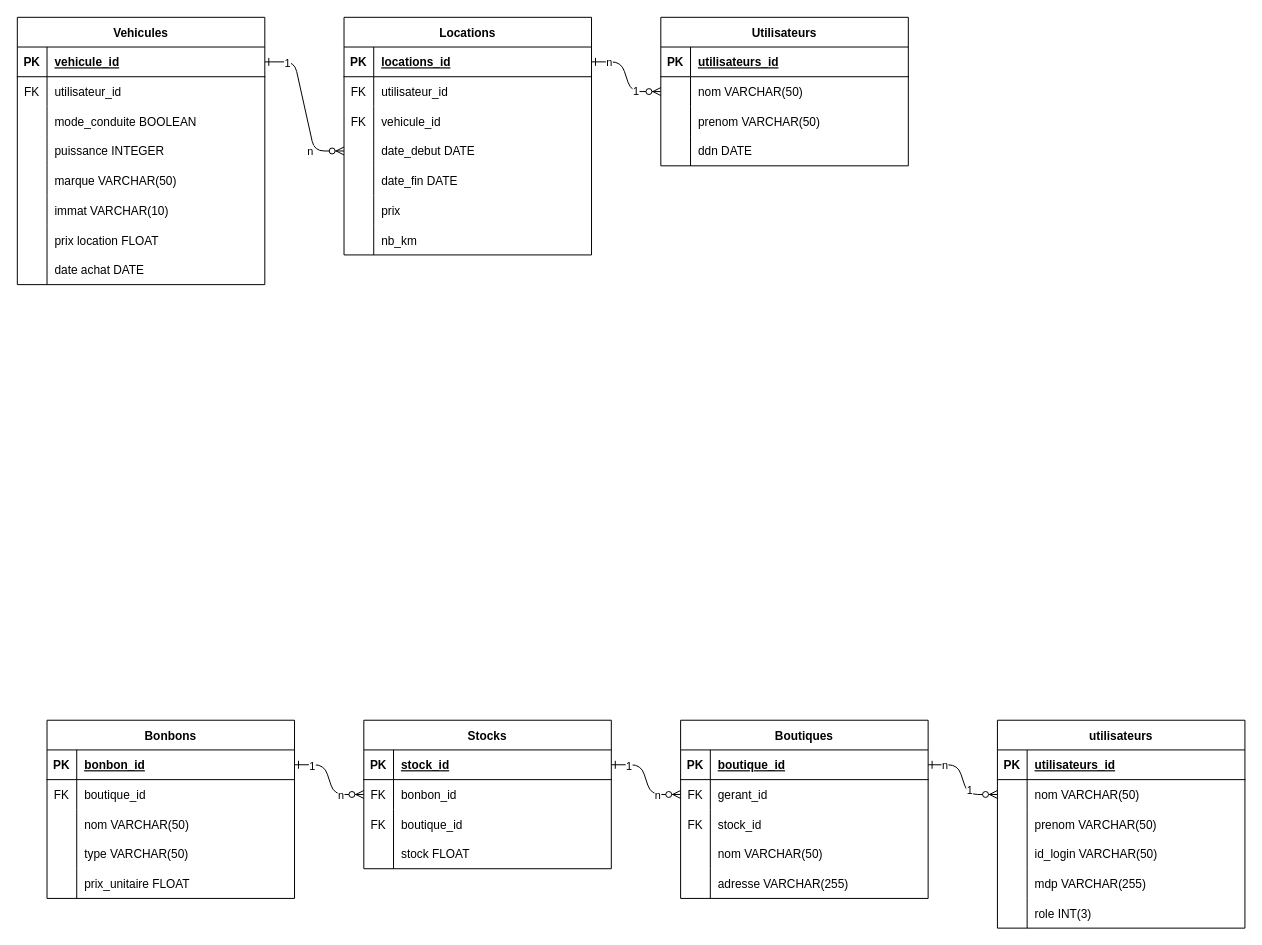
Above: Diagramme sans nom.drawio in PingouinTrash/SAE-203-GitHub (draw.io), before the change. Source tidied: cells renumbered, new cells numbered last; positions are measured from the earlier drawing's top-left corner, leaving out a move shared by most shapes. Both pictures are drawn from the tidied source at 99%, with x=0, y=0 at pixel (17, 17).
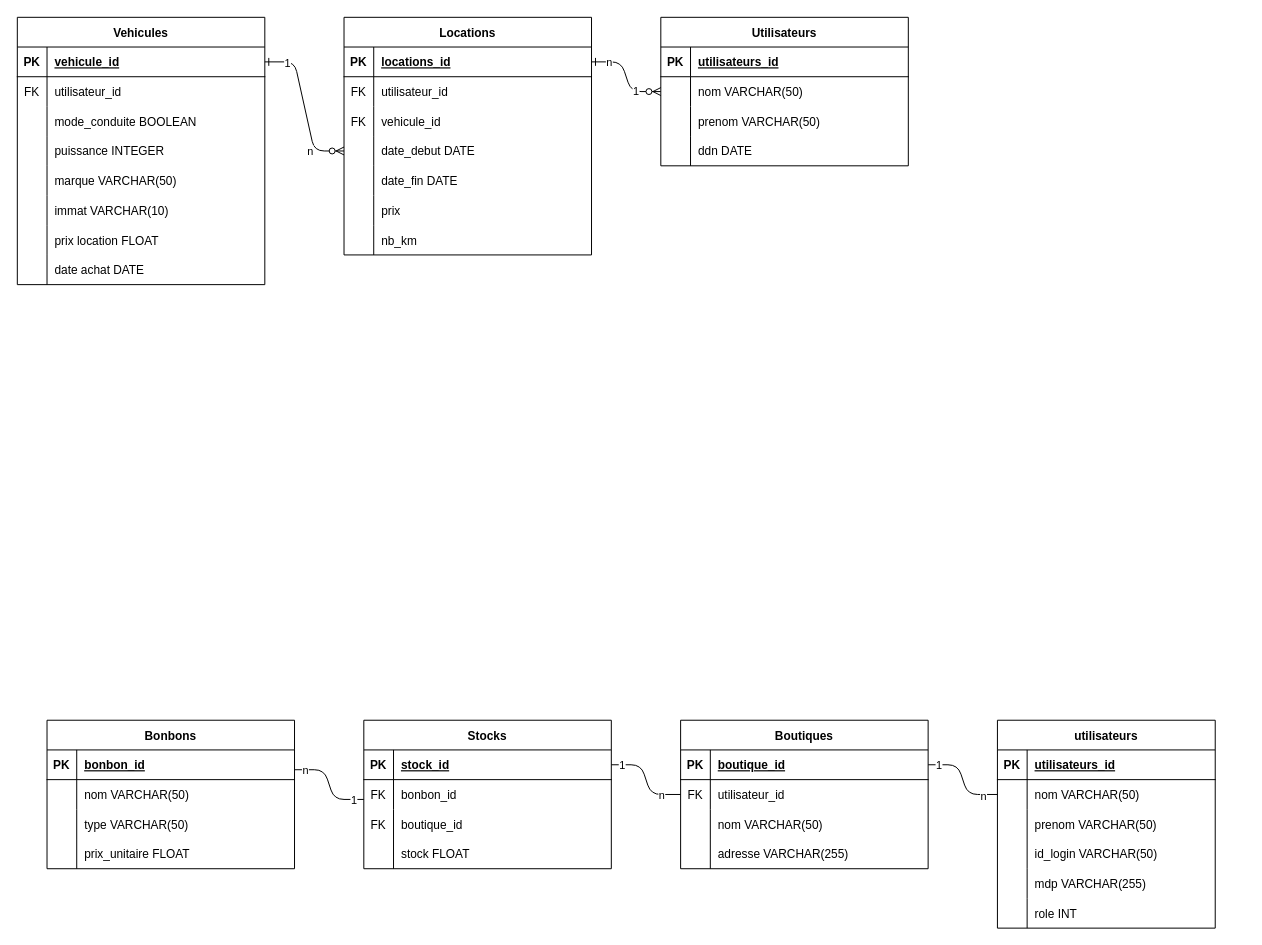
The same diagram, later.

Commit message:
Mettre à jour Diagramme sans nom.drawio

Unchanged cells that the change refers to:
```xml
<mxCell id="94" style="shape=partialRectangle;fillColor=none;points=[[0,0.5],[1,0.5]];portConstraint=eastwest;top=0;left=0;right=0;bottom=1;" parent="93" vertex="1">
  <mxGeometry y="30" width="250" height="30" as="geometry" />
</mxCell>
<mxCell id="97" style="shape=partialRectangle;fillColor=none;points=[[0,0.5],[1,0.5]];portConstraint=eastwest;top=0;left=0;right=0;bottom=0;" parent="93" vertex="1">
  <mxGeometry y="60" width="250" height="30" as="geometry" />
</mxCell>
<mxCell id="110" style="shape=partialRectangle;fillColor=none;points=[[0,0.5],[1,0.5]];portConstraint=eastwest;top=0;left=0;right=0;bottom=1;" parent="109" vertex="1">
  <mxGeometry y="30" width="250" height="30" as="geometry" />
</mxCell>
<mxCell id="126" style="shape=partialRectangle;fillColor=none;points=[[0,0.5],[1,0.5]];portConstraint=eastwest;top=0;left=0;right=0;bottom=1;" parent="125" vertex="1">
  <mxGeometry y="30" width="250" height="30" as="geometry" />
</mxCell>
<mxCell id="129" style="shape=partialRectangle;fillColor=none;points=[[0,0.5],[1,0.5]];portConstraint=eastwest;top=0;left=0;right=0;bottom=0;" parent="125" vertex="1">
  <mxGeometry y="60" width="250" height="30" as="geometry" />
</mxCell>
```

Diff of the diagram source:
```diff
@@
-    <mxCell id="68" style="edgeStyle=entityRelationEdgeStyle;endArrow=ERzeroToMany;startArrow=ERone;endFill=1;startFill=0;entryX=0;entryY=0.5;entryDx=0;entryDy=0;exitX=1;exitY=0.5;exitDx=0;exitDy=0;" parent="1" edge="1" source="94" target="78">
+    <mxCell id="68" style="edgeStyle=entityRelationEdgeStyle;endArrow=none;startArrow=none;endFill=0;startFill=0;entryX=0;entryY=0.5;entryDx=0;entryDy=0;exitX=1;exitY=0.5;exitDx=0;exitDy=0;" parent="1" edge="1" source="94" target="78">
       <mxGeometry relative="1" as="geometry" />
     </mxCell>
-    <mxCell id="69" value="1" style="edgeLabel;html=1;align=center;verticalAlign=middle;" parent="68" vertex="1">
-      <mxGeometry x="0.69" y="1" relative="1" as="geometry">
-        <mxPoint x="-14" y="-4" as="offset" />
-      </mxGeometry>
-    </mxCell>
-    <mxCell id="70" value="n" style="edgeLabel;html=1;align=center;verticalAlign=middle;" parent="68" vertex="1">
-      <mxGeometry x="-0.65" relative="1" as="geometry" />
-    </mxCell>
+    <mxCell id="141" value="1" style="edgeLabel;html=1;align=center;verticalAlign=middle;" parent="68" vertex="1">
+      <mxGeometry x="-0.78" relative="1" as="geometry" />
+    </mxCell>
+    <mxCell id="142" value="n" style="edgeLabel;html=1;align=center;verticalAlign=middle;" parent="68" vertex="1">
+      <mxGeometry x="0.68" y="-1" relative="1" as="geometry" />
+    </mxCell>
-    <mxCell id="71" style="edgeStyle=entityRelationEdgeStyle;endArrow=ERzeroToMany;startArrow=ERone;endFill=1;startFill=0;exitX=1;exitY=0.5;exitDx=0;exitDy=0;entryX=0;entryY=0.5;entryDx=0;entryDy=0;" parent="1" edge="1" source="110" target="129">
-      <mxGeometry relative="1" as="geometry" />
+    <mxCell id="71" style="edgeStyle=entityRelationEdgeStyle;endArrow=none;startArrow=none;endFill=0;startFill=0;exitX=1;exitY=0.5;exitDx=0;exitDy=0;entryX=0;entryY=0.5;entryDx=0;entryDy=0;" parent="1" edge="1">
+      <mxGeometry relative="1" as="geometry">
+        <mxPoint x="280" y="760" as="sourcePoint" />
+        <mxPoint x="350" y="790" as="targetPoint" />
+      </mxGeometry>
     </mxCell>
     <mxCell id="72" value="n" style="edgeLabel;html=1;align=center;verticalAlign=middle;" parent="71" vertex="1">
       <mxGeometry x="0.65" relative="1" as="geometry">
-        <mxPoint x="-8" as="offset" />
+        <mxPoint x="-44" y="-30" as="offset" />
       </mxGeometry>
     </mxCell>
     <mxCell id="73" value="1" style="edgeLabel;html=1;align=center;verticalAlign=middle;" parent="71" vertex="1">
       <mxGeometry x="-0.84" y="-1" relative="1" as="geometry">
-        <mxPoint x="10" as="offset" />
+        <mxPoint x="52" y="29" as="offset" />
       </mxGeometry>
     </mxCell>
     <mxCell id="74" value="utilisateurs" style="shape=table;startSize=30;childLayout=tableLayout;rowLines=0;fontStyle=1;align=center;" parent="1" vertex="1">
-      <mxGeometry x="990" y="710" width="250" height="210" as="geometry" />
+      <mxGeometry x="990" y="710" width="220" height="210" as="geometry" />
     </mxCell>
     <mxCell id="75" style="shape=partialRectangle;fillColor=none;top=0;left=0;right=0;bottom=1;" parent="74" vertex="1">
-      <mxGeometry y="30" width="250" height="30" as="geometry" />
+      <mxGeometry y="30" width="220" height="30" as="geometry" />
     </mxCell>
@@
     <mxCell id="77" value="utilisateurs_id" style="shape=partialRectangle;overflow=hidden;fillColor=none;top=0;left=0;bottom=0;right=0;align=left;spacingLeft=6;fontStyle=5;" parent="75" vertex="1">
-      <mxGeometry x="30" width="220" height="30" as="geometry" />
+      <mxGeometry x="30" width="190" height="30" as="geometry" />
     </mxCell>
     <mxCell id="78" style="shape=partialRectangle;fillColor=none;points=[[0,0.5],[1,0.5]];portConstraint=eastwest;top=0;left=0;right=0;bottom=0;" parent="74" vertex="1">
-      <mxGeometry y="60" width="250" height="30" as="geometry" />
+      <mxGeometry y="60" width="220" height="30" as="geometry" />
     </mxCell>
@@
     <mxCell id="80" value="nom VARCHAR(50)" style="shape=partialRectangle;overflow=hidden;fillColor=none;top=0;left=0;bottom=0;right=0;align=left;spacingLeft=6;" parent="78" vertex="1">
-      <mxGeometry x="30" width="220" height="30" as="geometry" />
+      <mxGeometry x="30" width="190" height="30" as="geometry" />
     </mxCell>
     <mxCell id="81" style="shape=partialRectangle;fillColor=none;top=0;left=0;right=0;bottom=0;" parent="74" vertex="1">
-      <mxGeometry y="90" width="250" height="30" as="geometry" />
+      <mxGeometry y="90" width="220" height="30" as="geometry" />
     </mxCell>
@@
     <mxCell id="83" value="prenom VARCHAR(50)" style="shape=partialRectangle;overflow=hidden;fillColor=none;top=0;left=0;bottom=0;right=0;align=left;spacingLeft=6;" parent="81" vertex="1">
-      <mxGeometry x="30" width="220" height="30" as="geometry" />
+      <mxGeometry x="30" width="190" height="30" as="geometry" />
     </mxCell>
     <mxCell id="84" style="shape=partialRectangle;fillColor=none;top=0;left=0;right=0;bottom=0;" parent="74" vertex="1">
-      <mxGeometry y="120" width="250" height="30" as="geometry" />
+      <mxGeometry y="120" width="220" height="30" as="geometry" />
     </mxCell>
@@
     <mxCell id="86" value="id_login VARCHAR(50)" style="shape=partialRectangle;overflow=hidden;fillColor=none;top=0;left=0;bottom=0;right=0;align=left;spacingLeft=6;" parent="84" vertex="1">
-      <mxGeometry x="30" width="220" height="30" as="geometry" />
+      <mxGeometry x="30" width="190" height="30" as="geometry" />
     </mxCell>
     <mxCell id="87" style="shape=partialRectangle;fillColor=none;top=0;left=0;right=0;bottom=0;" parent="74" vertex="1">
-      <mxGeometry y="150" width="250" height="30" as="geometry" />
+      <mxGeometry y="150" width="220" height="30" as="geometry" />
     </mxCell>
@@
     <mxCell id="89" value="mdp VARCHAR(255) " style="shape=partialRectangle;overflow=hidden;fillColor=none;top=0;left=0;bottom=0;right=0;align=left;spacingLeft=6;" parent="87" vertex="1">
-      <mxGeometry x="30" width="220" height="30" as="geometry" />
+      <mxGeometry x="30" width="190" height="30" as="geometry" />
     </mxCell>
     <mxCell id="90" style="shape=partialRectangle;fillColor=none;top=0;left=0;right=0;bottom=0;" parent="74" vertex="1">
-      <mxGeometry y="180" width="250" height="30" as="geometry" />
+      <mxGeometry y="180" width="220" height="30" as="geometry" />
     </mxCell>
@@
-    <mxCell id="92" value="role INT(3)" style="shape=partialRectangle;overflow=hidden;fillColor=none;top=0;left=0;bottom=0;right=0;align=left;spacingLeft=6;" parent="90" vertex="1">
-      <mxGeometry x="30" width="220" height="30" as="geometry" />
+    <mxCell id="92" value="role INT" style="shape=partialRectangle;overflow=hidden;fillColor=none;top=0;left=0;bottom=0;right=0;align=left;spacingLeft=6;" parent="90" vertex="1">
+      <mxGeometry x="30" width="190" height="30" as="geometry" />
     </mxCell>
     <mxCell id="93" value="Boutiques" style="shape=table;startSize=30;childLayout=tableLayout;rowLines=0;fontStyle=1;align=center;" parent="1" vertex="1">
-      <mxGeometry x="670" y="710" width="250" height="180" as="geometry" />
+      <mxGeometry x="670" y="710" width="250" height="150" as="geometry" />
     </mxCell>
@@
-    <mxCell id="99" value="gerant_id" style="shape=partialRectangle;overflow=hidden;fillColor=none;top=0;left=0;bottom=0;right=0;align=left;spacingLeft=6;" parent="97" vertex="1">
+    <mxCell id="99" value="utilisateur_id" style="shape=partialRectangle;overflow=hidden;fillColor=none;top=0;left=0;bottom=0;right=0;align=left;spacingLeft=6;" parent="97" vertex="1">
       <mxGeometry x="30" width="220" height="30" as="geometry" />
     </mxCell>
-    <mxCell id="100" style="shape=partialRectangle;fillColor=none;top=0;left=0;right=0;bottom=0;" parent="93" vertex="1">
-      <mxGeometry y="90" width="250" height="30" as="geometry" />
-    </mxCell>
-    <mxCell id="101" value="FK" style="shape=partialRectangle;overflow=hidden;fillColor=none;top=0;left=0;bottom=0;right=0;" parent="100" vertex="1">
-      <mxGeometry width="30" height="30" as="geometry" />
-    </mxCell>
-    <mxCell id="102" value="stock_id" style="shape=partialRectangle;overflow=hidden;fillColor=none;top=0;left=0;bottom=0;right=0;align=left;spacingLeft=6;" parent="100" vertex="1">
-      <mxGeometry x="30" width="220" height="30" as="geometry" />
-    </mxCell>
     <mxCell id="103" style="shape=partialRectangle;fillColor=none;top=0;left=0;right=0;bottom=0;" parent="93" vertex="1">
-      <mxGeometry y="120" width="250" height="30" as="geometry" />
+      <mxGeometry y="90" width="250" height="30" as="geometry" />
     </mxCell>
@@
     <mxCell id="106" style="shape=partialRectangle;fillColor=none;top=0;left=0;right=0;bottom=0;" parent="93" vertex="1">
-      <mxGeometry y="150" width="250" height="30" as="geometry" />
+      <mxGeometry y="120" width="250" height="30" as="geometry" />
     </mxCell>
@@
     <mxCell id="109" value="Bonbons" style="shape=table;startSize=30;childLayout=tableLayout;rowLines=0;fontStyle=1;align=center;" parent="1" vertex="1">
-      <mxGeometry x="30" y="710" width="250" height="180" as="geometry" />
+      <mxGeometry x="30" y="710" width="250" height="150" as="geometry" />
     </mxCell>
@@
-    <mxCell id="113" style="shape=partialRectangle;fillColor=none;top=0;left=0;right=0;bottom=0;" parent="109" vertex="1">
-      <mxGeometry y="60" width="250" height="30" as="geometry" />
-    </mxCell>
-    <mxCell id="114" value="FK" style="shape=partialRectangle;overflow=hidden;fillColor=none;top=0;left=0;bottom=0;right=0;" parent="113" vertex="1">
-      <mxGeometry width="30" height="30" as="geometry" />
-    </mxCell>
-    <mxCell id="115" value="boutique_id" style="shape=partialRectangle;overflow=hidden;fillColor=none;top=0;left=0;bottom=0;right=0;align=left;spacingLeft=6;" parent="113" vertex="1">
-      <mxGeometry x="30" width="220" height="30" as="geometry" />
-    </mxCell>
     <mxCell id="116" style="shape=partialRectangle;fillColor=none;top=0;left=0;right=0;bottom=0;" parent="109" vertex="1">
-      <mxGeometry y="90" width="250" height="30" as="geometry" />
+      <mxGeometry y="60" width="250" height="30" as="geometry" />
     </mxCell>
@@
     <mxCell id="119" style="shape=partialRectangle;fillColor=none;top=0;left=0;right=0;bottom=0;" parent="109" vertex="1">
-      <mxGeometry y="120" width="250" height="30" as="geometry" />
+      <mxGeometry y="90" width="250" height="30" as="geometry" />
     </mxCell>
@@
     <mxCell id="122" style="shape=partialRectangle;fillColor=none;top=0;left=0;right=0;bottom=0;" parent="109" vertex="1">
-      <mxGeometry y="150" width="250" height="30" as="geometry" />
+      <mxGeometry y="120" width="250" height="30" as="geometry" />
     </mxCell>
@@
-    <mxCell id="138" style="edgeStyle=entityRelationEdgeStyle;endArrow=ERzeroToMany;startArrow=ERone;endFill=1;startFill=0;entryX=0;entryY=0.5;entryDx=0;entryDy=0;exitX=1;exitY=0.5;exitDx=0;exitDy=0;" parent="1" edge="1" source="126" target="97">
+    <mxCell id="138" style="edgeStyle=entityRelationEdgeStyle;endArrow=none;startArrow=none;endFill=0;startFill=0;entryX=0;entryY=0.5;entryDx=0;entryDy=0;exitX=1;exitY=0.5;exitDx=0;exitDy=0;" parent="1" edge="1" source="126" target="97">
       <mxGeometry relative="1" as="geometry">
         <Array as="points">
           <mxPoint x="330" y="980" />
           <mxPoint x="360" y="850" />
         </Array>
       </mxGeometry>
     </mxCell>
-    <mxCell id="139" value="n" style="edgeLabel;html=1;align=center;verticalAlign=middle;" parent="138" vertex="1">
-      <mxGeometry x="0.65" relative="1" as="geometry">
-        <mxPoint x="-8" as="offset" />
-      </mxGeometry>
-    </mxCell>
-    <mxCell id="140" value="1" style="edgeLabel;html=1;align=center;verticalAlign=middle;" parent="138" vertex="1">
-      <mxGeometry x="-0.84" y="-1" relative="1" as="geometry">
-        <mxPoint x="10" as="offset" />
-      </mxGeometry>
-    </mxCell>
+    <mxCell id="143" value="n" style="edgeLabel;html=1;align=center;verticalAlign=middle;" parent="138" vertex="1">
+      <mxGeometry x="0.58" relative="1" as="geometry" />
+    </mxCell>
+    <mxCell id="144" value="1" style="edgeLabel;html=1;align=center;verticalAlign=middle;" parent="138" vertex="1">
+      <mxGeometry x="-0.79" relative="1" as="geometry" />
+    </mxCell>
```
